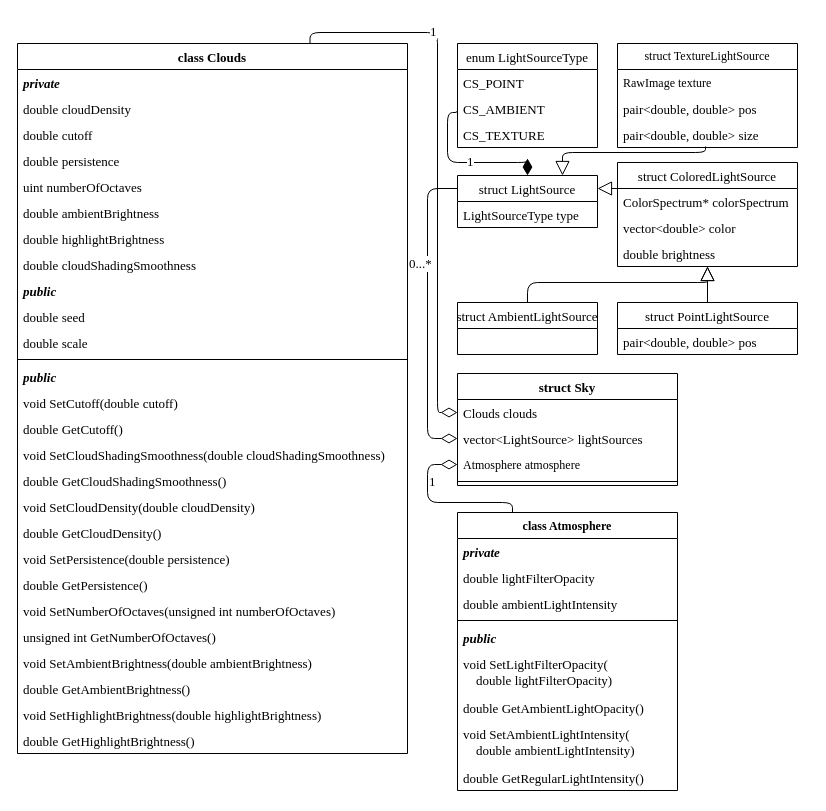
The draw.io diagram page "Sky" (3 of 9) of Docs/Class diagrams.drawio in SpatiumOwl/ComplexSky-2.0, before the edit. Source tidied: cells renumbered, new cells numbered last; positions are measured from the earlier drawing's top-left corner, leaving out a move shared by most shapes. Both pictures are drawn from the tidied source at 100%, with x=0, y=0 at pixel (17, 32).
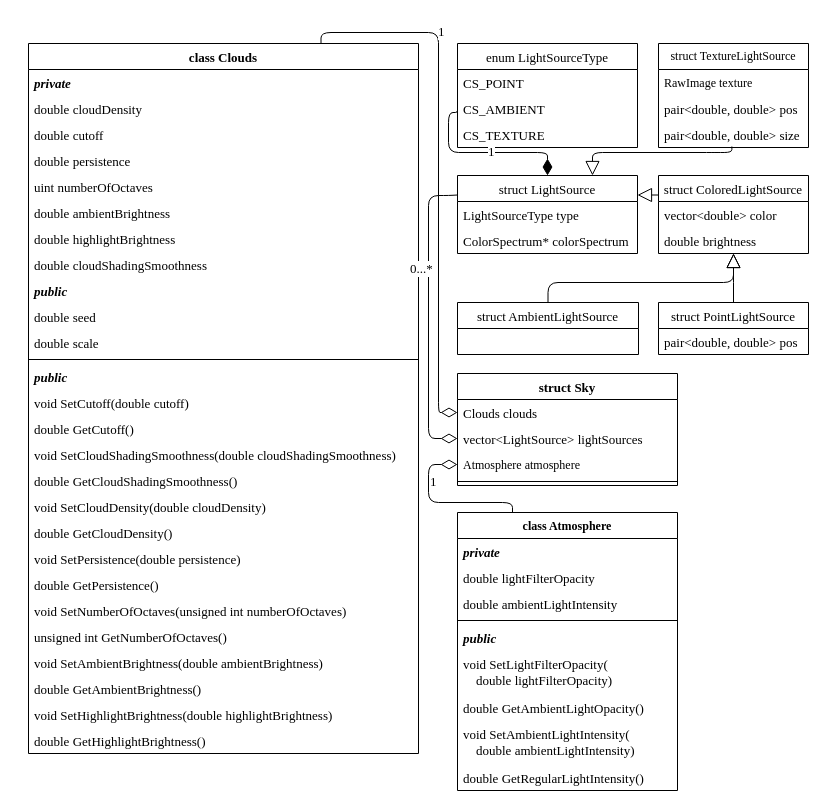
The same page after the edit.

Commit message (it also covers changes not shown here):
Transferred field colorSpectrum from ColoredLightSource to LightSource

The change refers to these unchanged cells:
```xml
<mxCell id="48" value="Clouds clouds" style="text;strokeColor=none;fillColor=none;align=left;verticalAlign=top;spacingLeft=4;spacingRight=4;overflow=hidden;points=[[0,0.5],[1,0.5]];portConstraint=eastwest;fontFamily=Times New Roman;fontSize=13;" parent="47" vertex="1">
  <mxGeometry y="26" width="220" height="26" as="geometry" />
</mxCell>
<mxCell id="49" value="vector&lt;LightSource&gt; lightSources" style="text;strokeColor=none;fillColor=none;align=left;verticalAlign=top;spacingLeft=4;spacingRight=4;overflow=hidden;points=[[0,0.5],[1,0.5]];portConstraint=eastwest;fontFamily=Times New Roman;fontSize=13;" parent="47" vertex="1">
  <mxGeometry y="52" width="220" height="26" as="geometry" />
</mxCell>
<mxCell id="50" value="Atmosphere atmosphere" style="text;strokeColor=none;fillColor=none;align=left;verticalAlign=top;spacingLeft=4;spacingRight=4;overflow=hidden;points=[[0,0.5],[1,0.5]];portConstraint=eastwest;whiteSpace=wrap;html=1;fontFamily=Times New Roman;" parent="47" vertex="1">
  <mxGeometry y="78" width="220" height="26" as="geometry" />
</mxCell>
<mxCell id="54" value="class Atmosphere" style="swimlane;fontStyle=1;align=center;verticalAlign=top;horizontal=1;startSize=26;whiteSpace=wrap;html=1;fontFamily=Times New Roman;" parent="1" vertex="1">
  <mxGeometry x="440" y="480" width="220" height="278" as="geometry" />
</mxCell>
```

What changed in the source:
```diff
@@
     <mxCell id="2" value="enum LightSourceType" style="swimlane;fontStyle=0;horizontal=1;startSize=26;fillColor=none;fontFamily=Times New Roman;fontSize=13;" parent="1" vertex="1">
-      <mxGeometry x="440" y="11" width="140" height="104" as="geometry" />
+      <mxGeometry x="440" y="11" width="180" height="104" as="geometry" />
     </mxCell>
     <mxCell id="3" value="CS_POINT" style="text;strokeColor=none;fillColor=none;align=left;verticalAlign=top;spacingLeft=4;spacingRight=4;overflow=hidden;fontFamily=Times New Roman;fontSize=13;" parent="2" vertex="1">
-      <mxGeometry y="26" width="140" height="26" as="geometry" />
+      <mxGeometry y="26" width="180" height="26" as="geometry" />
     </mxCell>
     <mxCell id="4" value="CS_AMBIENT" style="text;strokeColor=none;fillColor=none;align=left;verticalAlign=top;spacingLeft=4;spacingRight=4;overflow=hidden;points=[[0,0.5],[1,0.5]];portConstraint=eastwest;fontFamily=Times New Roman;fontSize=13;" parent="2" vertex="1">
-      <mxGeometry y="52" width="140" height="26" as="geometry" />
+      <mxGeometry y="52" width="180" height="26" as="geometry" />
     </mxCell>
     <mxCell id="5" value="CS_TEXTURE" style="text;strokeColor=none;fillColor=none;align=left;verticalAlign=top;spacingLeft=4;spacingRight=4;overflow=hidden;fontFamily=Times New Roman;fontSize=13;" parent="2" vertex="1">
-      <mxGeometry y="78" width="140" height="26" as="geometry" />
+      <mxGeometry y="78" width="180" height="26" as="geometry" />
     </mxCell>
     <mxCell id="6" value="struct LightSource" style="swimlane;fontStyle=0;horizontal=1;startSize=26;fillColor=none;fontFamily=Times New Roman;fontSize=13;" parent="1" vertex="1">
-      <mxGeometry x="440" y="143" width="140" height="52" as="geometry" />
+      <mxGeometry x="440" y="143" width="180" height="78" as="geometry" />
     </mxCell>
     <mxCell id="7" value="LightSourceType type" style="text;strokeColor=none;fillColor=none;align=left;verticalAlign=top;spacingLeft=4;spacingRight=4;overflow=hidden;fontFamily=Times New Roman;fontSize=13;" parent="6" vertex="1">
-      <mxGeometry y="26" width="140" height="26" as="geometry" />
+      <mxGeometry y="26" width="180" height="26" as="geometry" />
     </mxCell>
+    <mxCell id="10" value="ColorSpectrum* colorSpectrum" style="text;strokeColor=none;fillColor=none;align=left;verticalAlign=top;spacingLeft=4;spacingRight=4;overflow=hidden;fontFamily=Times New Roman;fontSize=13;" parent="6" vertex="1">
+      <mxGeometry y="52" width="180" height="26" as="geometry" />
+    </mxCell>
     <mxCell id="8" value="1" style="endArrow=none;html=1;endSize=12;startArrow=diamondThin;startSize=14;startFill=1;edgeStyle=orthogonalEdgeStyle;align=left;verticalAlign=bottom;rounded=1;exitX=0.5;exitY=0;exitDx=0;exitDy=0;entryX=0;entryY=0.5;entryDx=0;entryDy=0;endFill=0;fontFamily=Times New Roman;fontSize=13;" parent="1" edge="1" source="6" target="4">
       <mxGeometry x="-0.04" y="10" relative="1" as="geometry">
         <Array as="points">
-          <mxPoint x="510" y="130" />
-          <mxPoint x="430" y="130" />
-          <mxPoint x="430" y="80" />
+          <mxPoint x="530" y="120" />
+          <mxPoint x="431" y="120" />
+          <mxPoint x="431" y="80" />
           <mxPoint x="440" y="80" />
         </Array>
       </mxGeometry>
     </mxCell>
     <mxCell id="9" value="struct ColoredLightSource" style="swimlane;fontStyle=0;horizontal=1;startSize=26;fillColor=none;fontFamily=Times New Roman;fontSize=13;" parent="1" vertex="1">
-      <mxGeometry x="600" y="130" width="180" height="104" as="geometry" />
+      <mxGeometry x="641" y="143" width="150" height="78" as="geometry" />
     </mxCell>
-    <mxCell id="10" value="ColorSpectrum* colorSpectrum" style="text;strokeColor=none;fillColor=none;align=left;verticalAlign=top;spacingLeft=4;spacingRight=4;overflow=hidden;fontFamily=Times New Roman;fontSize=13;" parent="9" vertex="1">
-      <mxGeometry y="26" width="180" height="26" as="geometry" />
-    </mxCell>
     <mxCell id="11" value="vector&lt;double&gt; color" style="text;strokeColor=none;fillColor=none;align=left;verticalAlign=top;spacingLeft=4;spacingRight=4;overflow=hidden;fontFamily=Times New Roman;fontSize=13;" parent="9" vertex="1">
-      <mxGeometry y="52" width="180" height="26" as="geometry" />
+      <mxGeometry y="26" width="150" height="26" as="geometry" />
     </mxCell>
     <mxCell id="12" value="double brightness" style="text;strokeColor=none;fillColor=none;align=left;verticalAlign=top;spacingLeft=4;spacingRight=4;overflow=hidden;points=[[0,0.5],[1,0.5]];portConstraint=eastwest;fontFamily=Times New Roman;fontSize=13;" parent="9" vertex="1">
-      <mxGeometry y="78" width="180" height="26" as="geometry" />
+      <mxGeometry y="52" width="150" height="26" as="geometry" />
     </mxCell>
-    <mxCell id="13" style="endArrow=block;endFill=0;endSize=12;html=1;rounded=1;exitX=0;exitY=0.25;exitDx=0;exitDy=0;edgeStyle=orthogonalEdgeStyle;entryX=1;entryY=0.25;entryDx=0;entryDy=0;fontFamily=Times New Roman;fontSize=13;" parent="1" edge="1" source="9" target="6">
+    <mxCell id="13" style="endArrow=block;endFill=0;endSize=12;html=1;rounded=1;exitX=0;exitY=0.25;exitDx=0;exitDy=0;edgeStyle=orthogonalEdgeStyle;fontFamily=Times New Roman;fontSize=13;entryX=1;entryY=0.25;entryDx=0;entryDy=0;" parent="1" edge="1" source="9" target="6">
       <mxGeometry relative="1" as="geometry">
         <Array as="points">
-          <mxPoint x="630" y="156" />
+          <mxPoint x="641" y="163" />
+          <mxPoint x="641" y="163" />
         </Array>
       </mxGeometry>
     </mxCell>
     <mxCell id="14" value="struct PointLightSource" style="swimlane;fontStyle=0;horizontal=1;startSize=26;fillColor=none;fontFamily=Times New Roman;fontSize=13;" parent="1" vertex="1">
-      <mxGeometry x="600" y="270" width="180" height="52" as="geometry" />
+      <mxGeometry x="641" y="270" width="150" height="52" as="geometry" />
     </mxCell>
     <mxCell id="15" value="pair&lt;double, double&gt; pos" style="text;strokeColor=none;fillColor=none;align=left;verticalAlign=top;spacingLeft=4;spacingRight=4;overflow=hidden;fontFamily=Times New Roman;fontSize=13;" parent="14" vertex="1">
-      <mxGeometry y="26" width="180" height="26" as="geometry" />
+      <mxGeometry y="26" width="150" height="26" as="geometry" />
     </mxCell>
     <mxCell id="16" style="endArrow=block;endFill=0;endSize=12;html=1;rounded=1;edgeStyle=orthogonalEdgeStyle;exitX=0.5;exitY=0;exitDx=0;exitDy=0;entryX=0.5;entryY=1;entryDx=0;entryDy=0;entryPerimeter=0;fontFamily=Times New Roman;fontSize=13;" parent="1" edge="1" source="14" target="12">
       <mxGeometry relative="1" as="geometry">
         <Array as="points">
-          <mxPoint x="690" y="270" />
-          <mxPoint x="690" y="234" />
+          <mxPoint x="716" y="240" />
+          <mxPoint x="716" y="240" />
         </Array>
       </mxGeometry>
     </mxCell>
     <mxCell id="17" value="struct AmbientLightSource" style="swimlane;fontStyle=0;horizontal=1;startSize=26;fillColor=none;fontFamily=Times New Roman;fontSize=13;" parent="1" vertex="1">
-      <mxGeometry x="440" y="270" width="140" height="52" as="geometry" />
+      <mxGeometry x="440" y="270" width="181" height="52" as="geometry" />
     </mxCell>
     <mxCell id="18" style="endArrow=block;endFill=0;endSize=12;html=1;rounded=1;edgeStyle=orthogonalEdgeStyle;entryX=0.5;entryY=1;entryDx=0;entryDy=0;exitX=0.5;exitY=0;exitDx=0;exitDy=0;entryPerimeter=0;fontFamily=Times New Roman;fontSize=13;" parent="1" edge="1" source="17" target="12">
       <mxGeometry relative="1" as="geometry">
         <Array as="points">
-          <mxPoint x="510" y="250" />
-          <mxPoint x="690" y="250" />
+          <mxPoint x="531" y="250" />
+          <mxPoint x="716" y="250" />
         </Array>
       </mxGeometry>
     </mxCell>
     <mxCell id="19" value="class Clouds" style="swimlane;fontStyle=1;align=center;verticalAlign=top;horizontal=1;startSize=26;fontFamily=Times New Roman;fontSize=13;" parent="1" vertex="1">
-      <mxGeometry y="11" width="390" height="710" as="geometry" />
+      <mxGeometry x="11" y="11" width="390" height="710" as="geometry" />
     </mxCell>
@@
     <mxCell id="52" value="1" style="endArrow=none;html=1;endSize=12;startArrow=diamondThin;startSize=14;startFill=0;edgeStyle=orthogonalEdgeStyle;align=left;verticalAlign=bottom;rounded=1;endFill=0;exitX=0;exitY=0.5;exitDx=0;exitDy=0;entryX=0.75;entryY=0;entryDx=0;entryDy=0;fontFamily=Times New Roman;fontSize=13;" parent="1" edge="1" source="48" target="19">
       <mxGeometry x="0.52" y="10" relative="1" as="geometry">
         <Array as="points">
-          <mxPoint x="420" y="380" />
-          <mxPoint x="420" />
-          <mxPoint x="293" />
+          <mxPoint x="421" y="380" />
+          <mxPoint x="421" />
+          <mxPoint x="304" />
         </Array>
       </mxGeometry>
     </mxCell>
     <mxCell id="53" value="0...*" style="endArrow=none;html=1;endSize=12;startArrow=diamondThin;startSize=14;startFill=0;edgeStyle=orthogonalEdgeStyle;align=left;verticalAlign=bottom;rounded=1;endFill=0;exitX=0;exitY=0.5;exitDx=0;exitDy=0;entryX=0;entryY=0.25;entryDx=0;entryDy=0;fontFamily=Times New Roman;fontSize=13;" parent="1" edge="1" source="49" target="6">
       <mxGeometry x="0.25" y="20" relative="1" as="geometry">
         <Array as="points">
-          <mxPoint x="410" y="406" />
-          <mxPoint x="410" y="156" />
+          <mxPoint x="411" y="406" />
+          <mxPoint x="411" y="163" />
+          <mxPoint x="431" y="163" />
         </Array>
       </mxGeometry>
     </mxCell>
@@
     <mxCell id="64" value="1" style="endArrow=none;html=1;endSize=12;startArrow=diamondThin;startSize=14;startFill=0;edgeStyle=orthogonalEdgeStyle;align=left;verticalAlign=bottom;rounded=1;endFill=0;exitX=0;exitY=0.5;exitDx=0;exitDy=0;entryX=0.25;entryY=0;entryDx=0;entryDy=0;fontFamily=Times New Roman;fontSize=13;" parent="1" edge="1" source="50" target="54">
       <mxGeometry x="-0.29" relative="1" as="geometry">
         <Array as="points">
-          <mxPoint x="410" y="432" />
-          <mxPoint x="410" y="470" />
+          <mxPoint x="411" y="432" />
+          <mxPoint x="411" y="470" />
           <mxPoint x="495" y="470" />
         </Array>
       </mxGeometry>
     </mxCell>
     <mxCell id="65" value="struct TextureLightSource" style="swimlane;fontStyle=0;horizontal=1;startSize=26;fillColor=none;whiteSpace=wrap;html=1;fontFamily=Times New Roman;" parent="1" vertex="1">
-      <mxGeometry x="600" y="11" width="180" height="104" as="geometry" />
+      <mxGeometry x="641" y="11" width="150" height="104" as="geometry" />
     </mxCell>
     <mxCell id="66" value="RawImage texture" style="text;strokeColor=none;fillColor=none;align=left;verticalAlign=top;spacingLeft=4;spacingRight=4;overflow=hidden;whiteSpace=wrap;html=1;fontFamily=Times New Roman;" parent="65" vertex="1">
-      <mxGeometry y="26" width="180" height="26" as="geometry" />
+      <mxGeometry y="26" width="150" height="26" as="geometry" />
     </mxCell>
     <mxCell id="67" value="pair&lt;double, double&gt; pos" style="text;strokeColor=none;fillColor=none;align=left;verticalAlign=top;spacingLeft=4;spacingRight=4;overflow=hidden;fontFamily=Times New Roman;fontSize=13;" parent="65" vertex="1">
-      <mxGeometry y="52" width="180" height="26" as="geometry" />
+      <mxGeometry y="52" width="150" height="26" as="geometry" />
     </mxCell>
     <mxCell id="68" value="pair&lt;double, double&gt; size" style="text;strokeColor=none;fillColor=none;align=left;verticalAlign=top;spacingLeft=4;spacingRight=4;overflow=hidden;points=[[0,0.5],[1,0.5]];portConstraint=eastwest;fontFamily=Times New Roman;fontSize=13;" parent="65" vertex="1">
-      <mxGeometry y="78" width="180" height="26" as="geometry" />
+      <mxGeometry y="78" width="150" height="26" as="geometry" />
     </mxCell>
     <mxCell id="69" style="endArrow=block;endFill=0;endSize=12;html=1;rounded=1;edgeStyle=orthogonalEdgeStyle;entryX=0.75;entryY=0;entryDx=0;entryDy=0;fontFamily=Times New Roman;fontSize=13;exitX=0.489;exitY=0.962;exitDx=0;exitDy=0;exitPerimeter=0;" parent="1" edge="1" source="68" target="6">
       <mxGeometry relative="1" as="geometry">
         <Array as="points">
-          <mxPoint x="688" y="120" />
-          <mxPoint x="545" y="120" />
+          <mxPoint x="699" y="120" />
+          <mxPoint x="556" y="120" />
         </Array>
       </mxGeometry>
     </mxCell>
```
